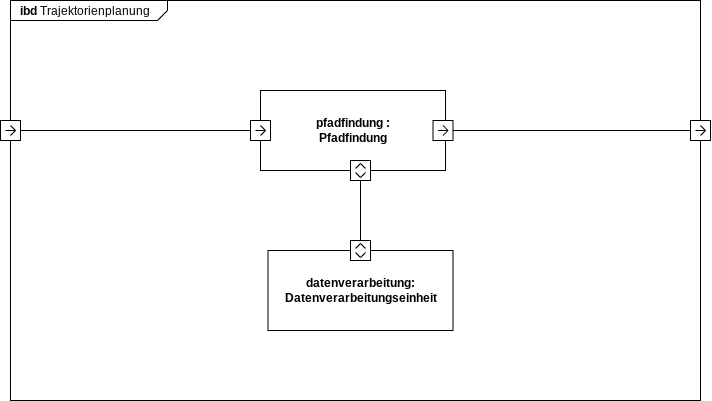
Above: ibd-trajektorienplanung.png in agrueneberg/sews2324 (draw.io), before the change. Source tidied: cells renumbered, new cells last; positions are measured from the earlier drawing's top-left corner, leaving out a move shared by most shapes. Source of this version:
```xml
<mxGraphModel>
  <root>
    <mxCell id="0" />
    <mxCell id="1" parent="0" />
    <mxCell id="2" value="&lt;p style=&quot;margin:0px;margin-top:4px;margin-left:10px;text-align:left;&quot;&gt;&lt;b&gt;ibd&lt;/b&gt;   Trajektorienplanung&lt;/p&gt;" style="html=1;shape=mxgraph.sysml.package;labelX=157.42;align=left;spacingLeft=10;html=1;overflow=fill;whiteSpace=wrap;" parent="1" vertex="1">
      <mxGeometry x="10" width="690" height="400" as="geometry" />
    </mxCell>
    <mxCell id="3" value="datenverarbeitung:&lt;br&gt;Datenverarbeitungseinheit" style="strokeColor=inherit;fillColor=inherit;gradientColor=inherit;shape=rect;html=1;fontStyle=1;whiteSpace=wrap;align=center;" parent="1" vertex="1">
      <mxGeometry x="267.5" y="250" width="185" height="80" as="geometry" />
    </mxCell>
    <mxCell id="4" style="verticalAlign=bottom;html=1;endArrow=none;edgeStyle=orthogonalEdgeStyle;rounded=0;entryX=0;entryY=0.5;entryDx=0;entryDy=0;exitX=0.5;exitY=0;exitDx=0;exitDy=0;exitPerimeter=0;" parent="1" edge="1" source="12" target="7">
      <mxGeometry relative="1" as="geometry" />
    </mxCell>
    <mxCell id="5" style="verticalAlign=bottom;html=1;endArrow=none;edgeStyle=orthogonalEdgeStyle;rounded=0;exitX=0.5;exitY=0;exitDx=0;exitDy=0;entryX=0;entryY=0.5;entryDx=0;entryDy=0;" parent="1" edge="1" target="6">
      <mxGeometry relative="1" as="geometry">
        <mxPoint x="20" y="130" as="sourcePoint" />
      </mxGeometry>
    </mxCell>
    <mxCell id="6" style="html=1;shape=mxgraph.sysml.port;sysMLPortType=flowN;rotation=90;" parent="1" vertex="1">
      <mxGeometry y="120" width="20" height="20" as="geometry" />
    </mxCell>
    <mxCell id="7" value="pfadfindung :&lt;br style=&quot;border-color: var(--border-color);&quot;&gt;Pfadfindung" style="strokeColor=inherit;fillColor=inherit;gradientColor=inherit;shape=rect;html=1;fontStyle=1;whiteSpace=wrap;align=center;" parent="1" vertex="1">
      <mxGeometry x="260" y="90" width="185" height="80" as="geometry" />
    </mxCell>
    <mxCell id="8" style="html=1;shape=mxgraph.sysml.port;sysMLPortType=doubleH;rotation=90;" parent="1" vertex="1">
      <mxGeometry x="350" y="160" width="20" height="20" as="geometry" />
    </mxCell>
    <mxCell id="9" style="html=1;shape=mxgraph.sysml.port;sysMLPortType=doubleH;rotation=90;" parent="1" vertex="1">
      <mxGeometry x="350" y="240" width="20" height="20" as="geometry" />
    </mxCell>
    <mxCell id="10" style="html=1;shape=mxgraph.sysml.port;sysMLPortType=flowN;rotation=90;" parent="1" vertex="1">
      <mxGeometry x="432.5" y="120" width="20" height="20" as="geometry" />
    </mxCell>
    <mxCell id="11" style="verticalAlign=bottom;html=1;endArrow=none;edgeStyle=orthogonalEdgeStyle;rounded=0;entryX=0.5;entryY=1;entryDx=0;entryDy=0;exitX=0.5;exitY=0;exitDx=0;exitDy=0;exitPerimeter=0;entryPerimeter=0;" parent="1" edge="1" source="6" target="12">
      <mxGeometry relative="1" as="geometry" />
    </mxCell>
    <mxCell id="12" style="html=1;shape=mxgraph.sysml.port;sysMLPortType=flowN;rotation=90;" parent="1" vertex="1">
      <mxGeometry x="250" y="120" width="20" height="20" as="geometry" />
    </mxCell>
    <mxCell id="13" style="verticalAlign=bottom;html=1;endArrow=none;edgeStyle=orthogonalEdgeStyle;rounded=0;entryX=0.5;entryY=1;entryDx=0;entryDy=0;exitX=0.5;exitY=0;exitDx=0;exitDy=0;exitPerimeter=0;entryPerimeter=0;" parent="1" edge="1" source="16" target="16">
      <mxGeometry relative="1" as="geometry" />
    </mxCell>
    <mxCell id="14" style="verticalAlign=bottom;html=1;endArrow=none;edgeStyle=orthogonalEdgeStyle;rounded=0;entryX=0;entryY=0.5;entryDx=0;entryDy=0;exitX=1;exitY=0.5;exitDx=0;exitDy=0;exitPerimeter=0;entryPerimeter=0;" parent="1" edge="1" source="8" target="9">
      <mxGeometry relative="1" as="geometry" />
    </mxCell>
    <mxCell id="15" style="verticalAlign=bottom;html=1;endArrow=none;edgeStyle=orthogonalEdgeStyle;rounded=0;entryX=0.5;entryY=1;entryDx=0;entryDy=0;exitX=0.5;exitY=0;exitDx=0;exitDy=0;exitPerimeter=0;entryPerimeter=0;" parent="1" edge="1" source="10" target="16">
      <mxGeometry relative="1" as="geometry" />
    </mxCell>
    <mxCell id="16" style="html=1;shape=mxgraph.sysml.port;sysMLPortType=flowN;rotation=90;" parent="1" vertex="1">
      <mxGeometry x="690" y="120" width="20" height="20" as="geometry" />
    </mxCell>
  </root>
</mxGraphModel>
```
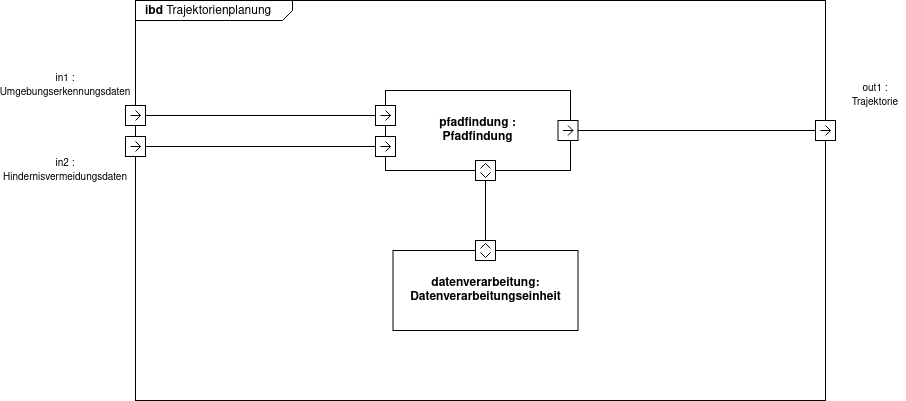
Above is the later version.

Commit message:
ibd: Inputs and output gelabelt

Diff of the diagram source:
```diff
@@ -11,13 +11,8 @@
     <mxCell id="4" style="verticalAlign=bottom;html=1;endArrow=none;edgeStyle=orthogonalEdgeStyle;rounded=0;entryX=0;entryY=0.5;entryDx=0;entryDy=0;exitX=0.5;exitY=0;exitDx=0;exitDy=0;exitPerimeter=0;" parent="1" edge="1" source="12" target="7">
       <mxGeometry relative="1" as="geometry" />
     </mxCell>
-    <mxCell id="5" style="verticalAlign=bottom;html=1;endArrow=none;edgeStyle=orthogonalEdgeStyle;rounded=0;exitX=0.5;exitY=0;exitDx=0;exitDy=0;entryX=0;entryY=0.5;entryDx=0;entryDy=0;" parent="1" edge="1" target="6">
-      <mxGeometry relative="1" as="geometry">
-        <mxPoint x="20" y="130" as="sourcePoint" />
-      </mxGeometry>
-    </mxCell>
     <mxCell id="6" style="html=1;shape=mxgraph.sysml.port;sysMLPortType=flowN;rotation=90;" parent="1" vertex="1">
-      <mxGeometry y="120" width="20" height="20" as="geometry" />
+      <mxGeometry y="105" width="20" height="20" as="geometry" />
     </mxCell>
     <mxCell id="7" value="pfadfindung :&lt;br style=&quot;border-color: var(--border-color);&quot;&gt;Pfadfindung" style="strokeColor=inherit;fillColor=inherit;gradientColor=inherit;shape=rect;html=1;fontStyle=1;whiteSpace=wrap;align=center;" parent="1" vertex="1">
       <mxGeometry x="260" y="90" width="185" height="80" as="geometry" />
@@ -35,7 +30,7 @@
       <mxGeometry relative="1" as="geometry" />
     </mxCell>
     <mxCell id="12" style="html=1;shape=mxgraph.sysml.port;sysMLPortType=flowN;rotation=90;" parent="1" vertex="1">
-      <mxGeometry x="250" y="120" width="20" height="20" as="geometry" />
+      <mxGeometry x="250" y="105" width="20" height="20" as="geometry" />
     </mxCell>
     <mxCell id="13" style="verticalAlign=bottom;html=1;endArrow=none;edgeStyle=orthogonalEdgeStyle;rounded=0;entryX=0.5;entryY=1;entryDx=0;entryDy=0;exitX=0.5;exitY=0;exitDx=0;exitDy=0;exitPerimeter=0;entryPerimeter=0;" parent="1" edge="1" source="16" target="16">
       <mxGeometry relative="1" as="geometry" />
@@ -49,5 +44,23 @@
     <mxCell id="16" style="html=1;shape=mxgraph.sysml.port;sysMLPortType=flowN;rotation=90;" parent="1" vertex="1">
       <mxGeometry x="690" y="120" width="20" height="20" as="geometry" />
     </mxCell>
+    <mxCell id="17" style="html=1;shape=mxgraph.sysml.port;sysMLPortType=flowN;rotation=90;" parent="1" vertex="1">
+      <mxGeometry x="250" y="136" width="20" height="20" as="geometry" />
+    </mxCell>
+    <mxCell id="18" style="html=1;shape=mxgraph.sysml.port;sysMLPortType=flowN;rotation=90;" parent="1" vertex="1">
+      <mxGeometry y="136" width="20" height="20" as="geometry" />
+    </mxCell>
+    <mxCell id="19" style="verticalAlign=bottom;html=1;endArrow=none;edgeStyle=orthogonalEdgeStyle;rounded=0;entryX=0.5;entryY=1;entryDx=0;entryDy=0;exitX=0.5;exitY=0;exitDx=0;exitDy=0;exitPerimeter=0;entryPerimeter=0;" parent="1" edge="1" source="18" target="17">
+      <mxGeometry relative="1" as="geometry" />
+    </mxCell>
+    <mxCell id="20" value="&lt;font style=&quot;font-size: 10px;&quot;&gt;in1 : Umgebungserkennungsdaten&lt;/font&gt;" style="text;html=1;strokeColor=none;fillColor=none;align=center;verticalAlign=middle;whiteSpace=wrap;rounded=0;" parent="1" vertex="1">
+      <mxGeometry x="-90" y="70" width="60" height="30" as="geometry" />
+    </mxCell>
+    <mxCell id="21" value="&lt;font style=&quot;font-size: 10px;&quot;&gt;in2 : Hindernisvermeidungsdaten&lt;/font&gt;" style="text;html=1;strokeColor=none;fillColor=none;align=center;verticalAlign=middle;whiteSpace=wrap;rounded=0;" parent="1" vertex="1">
+      <mxGeometry x="-90" y="155" width="60" height="30" as="geometry" />
+    </mxCell>
+    <mxCell id="22" value="&lt;font style=&quot;font-size: 10px;&quot;&gt;out1 : Trajektorie&lt;/font&gt;" style="text;html=1;strokeColor=none;fillColor=none;align=center;verticalAlign=middle;whiteSpace=wrap;rounded=0;" parent="1" vertex="1">
+      <mxGeometry x="720" y="80" width="60" height="30" as="geometry" />
+    </mxCell>
   </root>
 </mxGraphModel>
```
